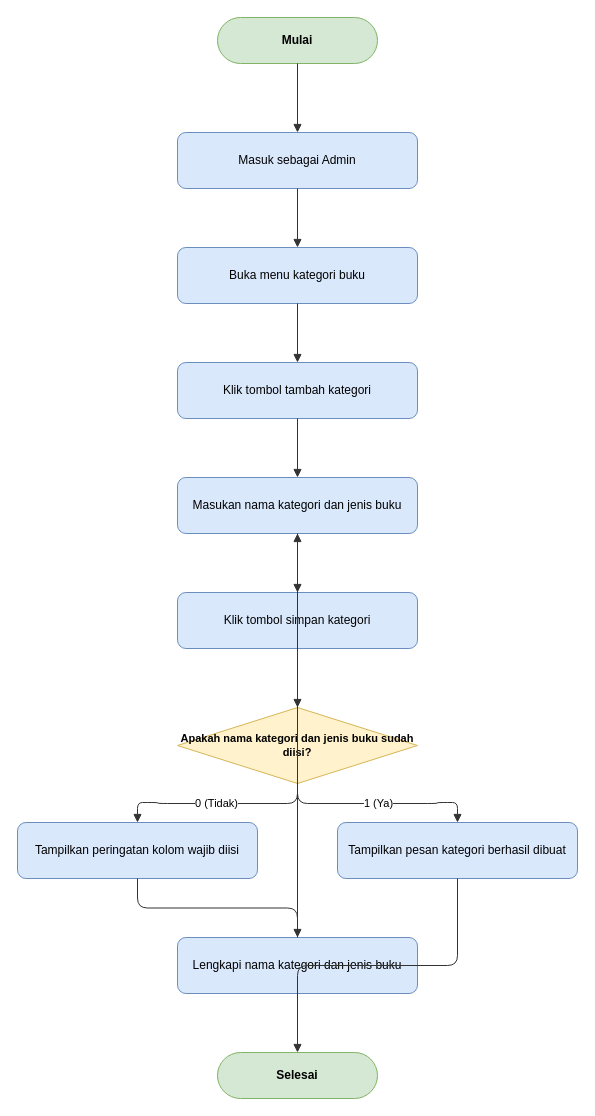
Above: page "flowchart-createcategory" (4 of 25) of docs/diagrams/flowchart.drawio in dimstyle/ruang-baca (draw.io), before the change. Source tidied: cells renumbered, new cells numbered last; positions are measured from the earlier drawing's top-left corner, leaving out a move shared by most shapes. Both pictures are drawn from the tidied source at 100%, with x=0, y=0 at pixel (17, 17).
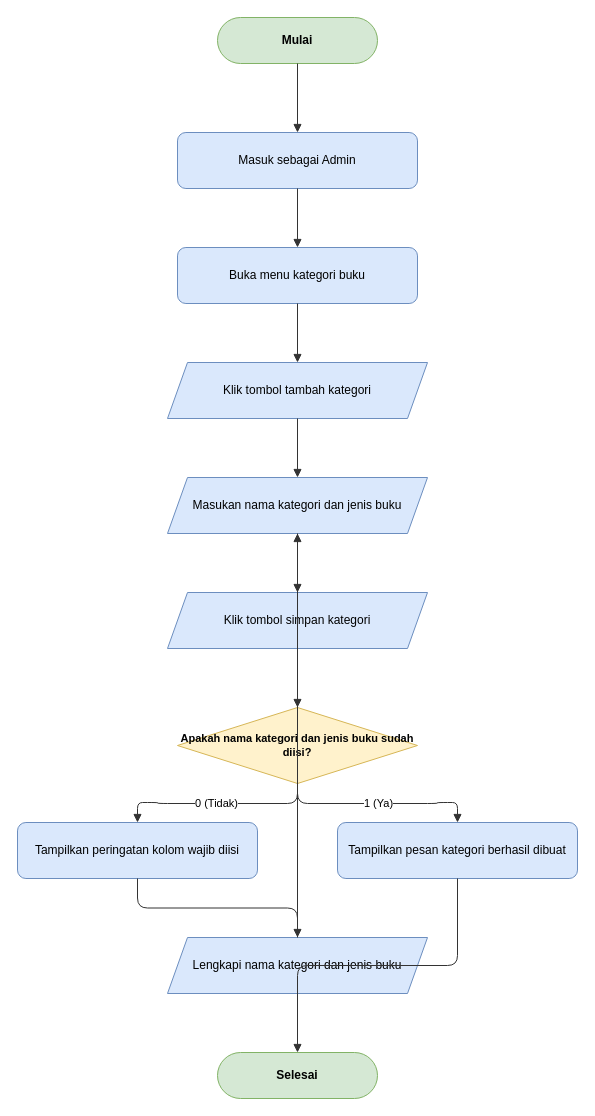
The same page after the edit.

Diff of the diagram source:
```diff
@@
-    <mxCell id="5" value="Klik tombol tambah kategori" style="rounded=1;whiteSpace=wrap;html=1;fillColor=#dae8fc;strokeColor=#6c8ebf;fontSize=12;" parent="1" vertex="1">
-      <mxGeometry x="160" y="345" width="240" height="56" as="geometry" />
+    <mxCell id="5" value="Klik tombol tambah kategori" style="shape=parallelogram;perimeter=parallelogramPerimeter;whiteSpace=wrap;html=1;fixedSize=1;fillColor=#dae8fc;strokeColor=#6c8ebf;fontSize=12;" parent="1" vertex="1">
+      <mxGeometry x="150" y="345" width="260" height="56" as="geometry" />
     </mxCell>
-    <mxCell id="6" value="Masukan nama kategori dan jenis buku" style="rounded=1;whiteSpace=wrap;html=1;fillColor=#dae8fc;strokeColor=#6c8ebf;fontSize=12;" parent="1" vertex="1">
-      <mxGeometry x="160" y="460" width="240" height="56" as="geometry" />
+    <mxCell id="6" value="Masukan nama kategori dan jenis buku" style="shape=parallelogram;perimeter=parallelogramPerimeter;whiteSpace=wrap;html=1;fixedSize=1;fillColor=#dae8fc;strokeColor=#6c8ebf;fontSize=12;" parent="1" vertex="1">
+      <mxGeometry x="150" y="460" width="260" height="56" as="geometry" />
     </mxCell>
-    <mxCell id="7" value="Klik tombol simpan kategori" style="rounded=1;whiteSpace=wrap;html=1;fillColor=#dae8fc;strokeColor=#6c8ebf;fontSize=12;" parent="1" vertex="1">
-      <mxGeometry x="160" y="575" width="240" height="56" as="geometry" />
+    <mxCell id="7" value="Klik tombol simpan kategori" style="shape=parallelogram;perimeter=parallelogramPerimeter;whiteSpace=wrap;html=1;fixedSize=1;fillColor=#dae8fc;strokeColor=#6c8ebf;fontSize=12;" parent="1" vertex="1">
+      <mxGeometry x="150" y="575" width="260" height="56" as="geometry" />
     </mxCell>
@@
-    <mxCell id="11" value="Lengkapi nama kategori dan jenis buku" style="rounded=1;whiteSpace=wrap;html=1;fillColor=#dae8fc;strokeColor=#6c8ebf;fontSize=12;" parent="1" vertex="1">
-      <mxGeometry x="160" y="920" width="240" height="56" as="geometry" />
+    <mxCell id="11" value="Lengkapi nama kategori dan jenis buku" style="shape=parallelogram;perimeter=parallelogramPerimeter;whiteSpace=wrap;html=1;fixedSize=1;fillColor=#dae8fc;strokeColor=#6c8ebf;fontSize=12;" parent="1" vertex="1">
+      <mxGeometry x="150" y="920" width="260" height="56" as="geometry" />
     </mxCell>
```
